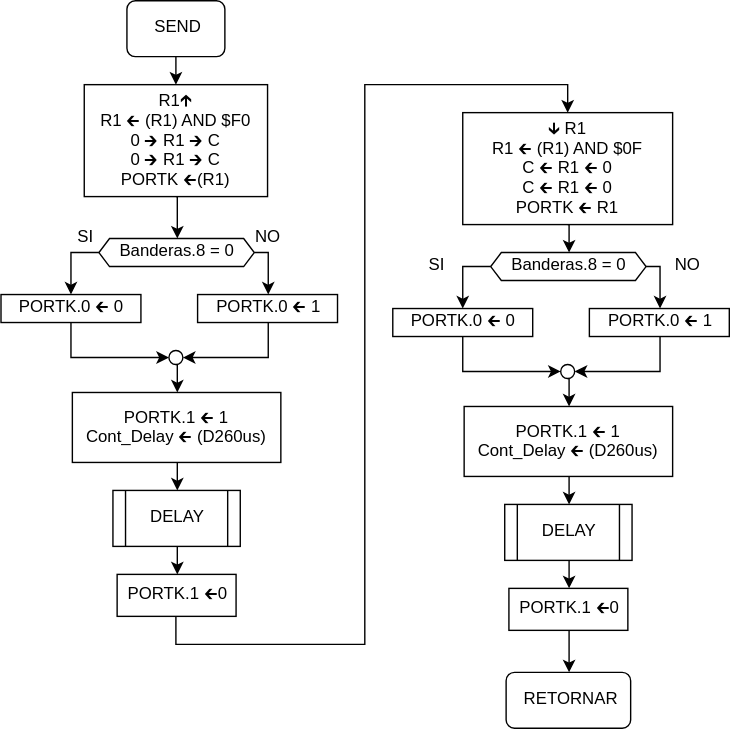
This is PROYECTO/diagrams_svg/SEND.svg from slealq/micros, a draw.io export, as it was before one commit. Source tidied: cells renumbered, new cells last; positions are measured from the earlier drawing's top-left corner, leaving out a move shared by most shapes.
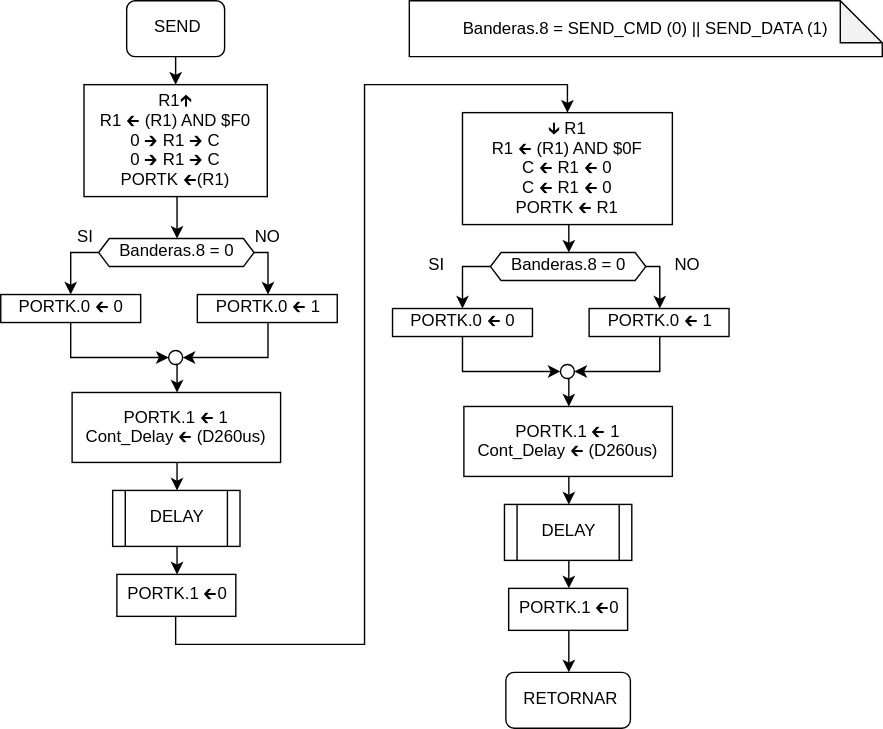
Later version of the same file.

Change to the diagram source:
```diff
@@ -132,5 +132,8 @@
     <mxCell id="42" value="NO" style="text;strokeColor=none;fillColor=none;align=center;verticalAlign=middle;whiteSpace=wrap;rounded=0;html=1;" parent="1" vertex="1">
       <mxGeometry x="470" y="180" width="40" height="20" as="geometry" />
     </mxCell>
+    <mxCell id="43" value="Banderas.8 = SEND_CMD (0) || SEND_DATA (1)" style="shape=note;backgroundOutline=1;darkOpacity=0.05;" parent="1" vertex="1">
+      <mxGeometry x="292" width="338" height="40" as="geometry" />
+    </mxCell>
   </root>
 </mxGraphModel>
```
